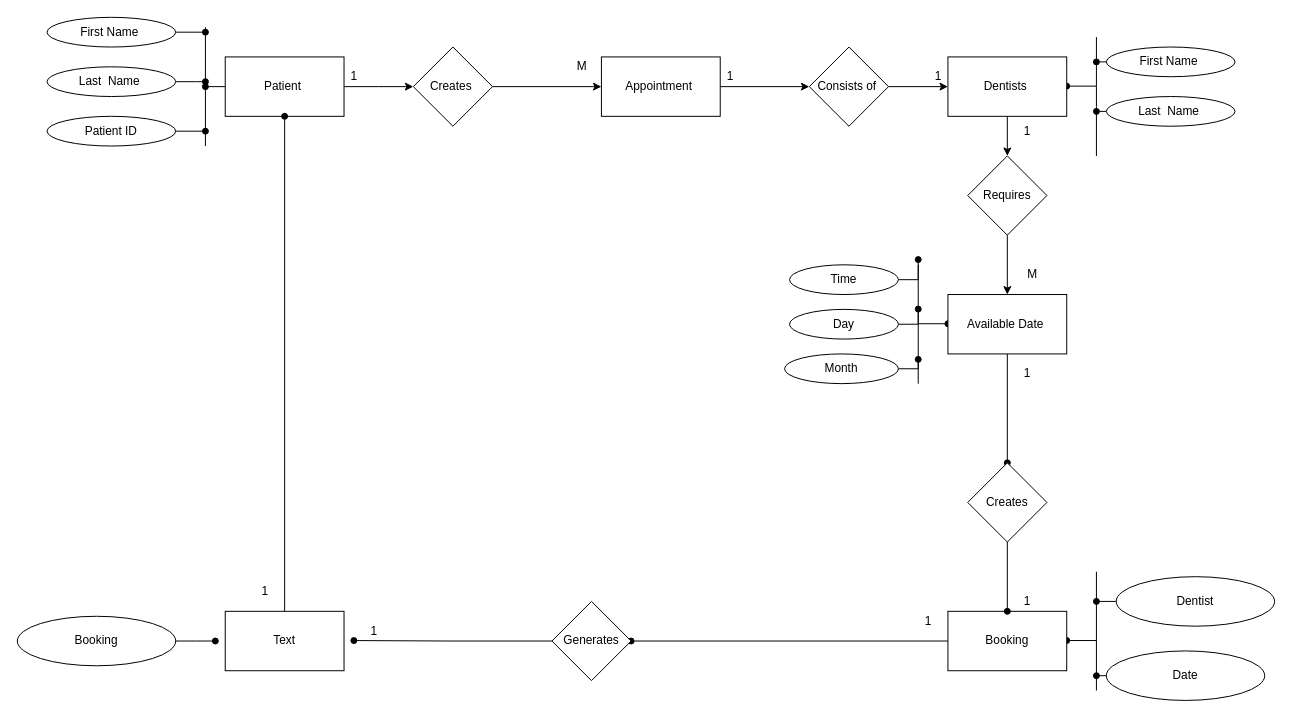
The draw.io diagram page "Page-2" (2 of 2) of seq.drawio in deburca98/nuig, before the edit. Source tidied: cells renumbered, new cells numbered last; positions are measured from the earlier drawing's top-left corner, leaving out a move shared by most shapes. Both pictures are drawn from the tidied source at 99%, with x=0, y=0 at pixel (17, 17).
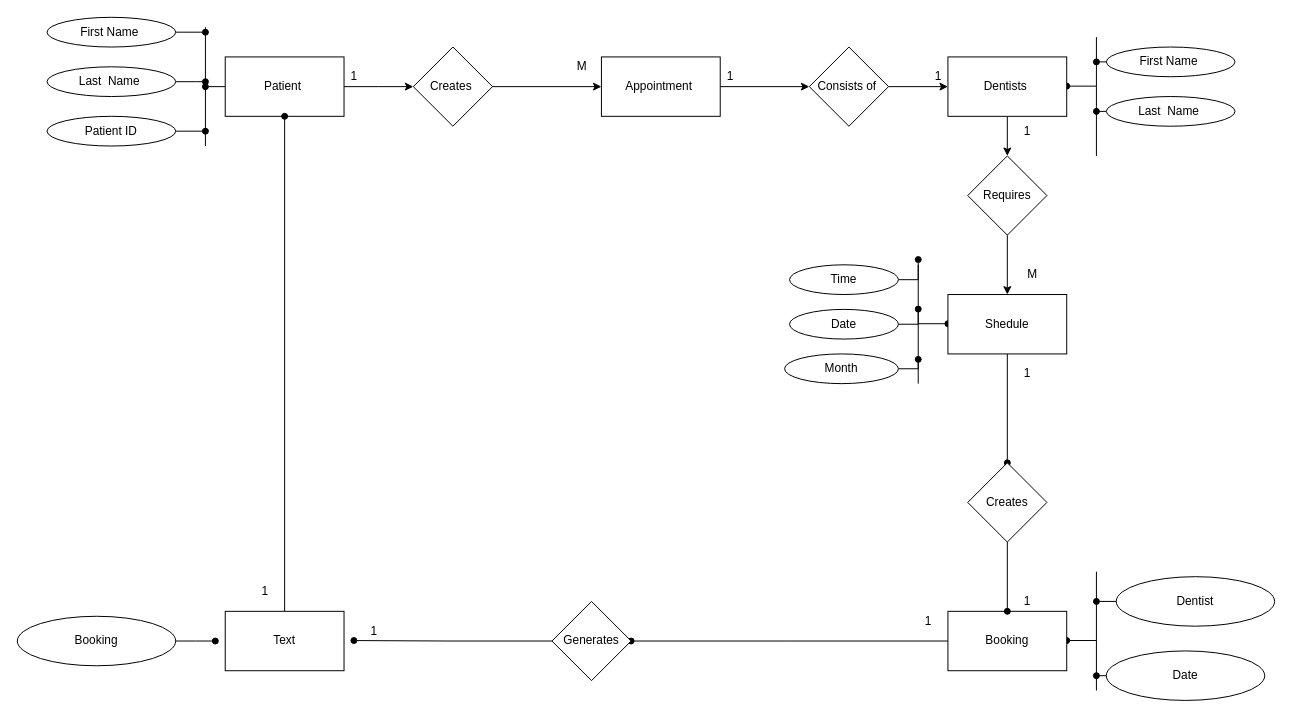
The same page after the edit.

What changed in the source:
```diff
@@
-    <mxCell id="13" value="Available Date&amp;nbsp;" style="rounded=0;whiteSpace=wrap;html=1;" parent="1" vertex="1">
+    <mxCell id="13" value="Shedule" style="rounded=0;whiteSpace=wrap;html=1;" parent="1" vertex="1">
       <mxGeometry x="940" y="280" width="120" height="60" as="geometry" />
     </mxCell>
@@
-    <mxCell id="35" value="Day" style="ellipse;whiteSpace=wrap;html=1;" parent="1" vertex="1">
+    <mxCell id="35" value="Date" style="ellipse;whiteSpace=wrap;html=1;" parent="1" vertex="1">
       <mxGeometry x="780" y="295" width="110" height="30" as="geometry" />
     </mxCell>
```
